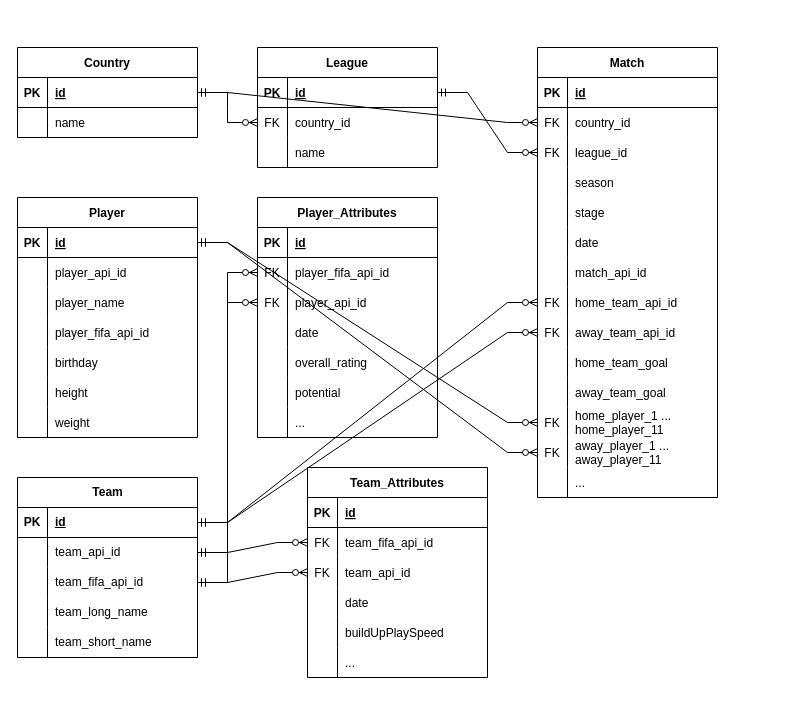
This is European Soccer.drawio from armeirlaen/LEPl1506, a draw.io file, before an edit. Source tidied: cells renumbered, new cells numbered last; positions are measured from the earlier drawing's top-left corner, leaving out a move shared by most shapes. Both pictures are drawn from the tidied source at 100%, with x=0, y=0 at pixel (17, 47).
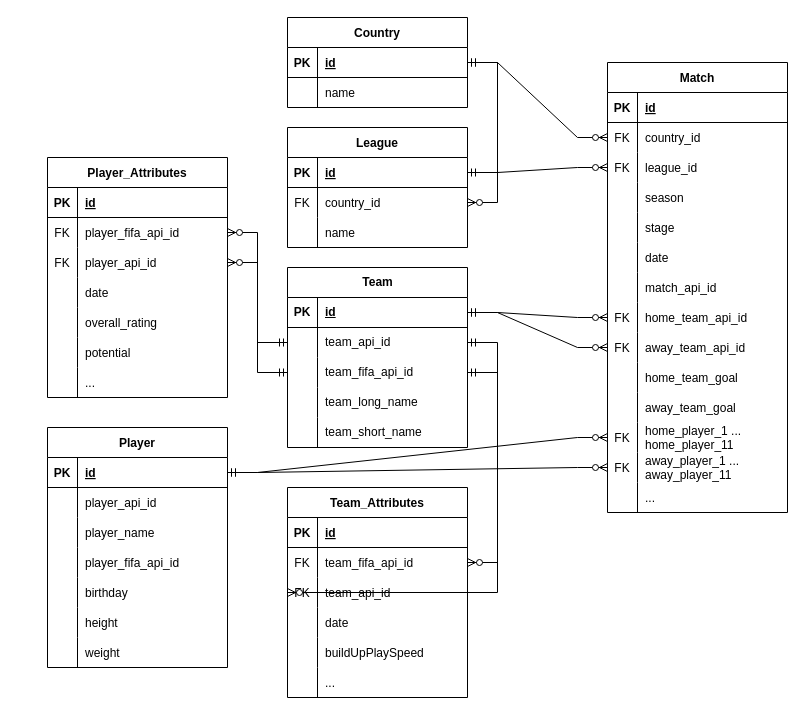
Above is the later version.

The change refers to these unchanged cells:
```xml
<mxCell id="66" style="shape=tableRow;horizontal=0;startSize=0;swimlaneHead=0;swimlaneBody=0;fillColor=none;points=[[0,0.5],[1,0.5]];portConstraint=eastwest;top=0;left=0;right=0;bottom=0;" parent="62" vertex="1">
  <mxGeometry y="60" width="180" height="30" as="geometry" />
</mxCell>
<mxCell id="82" style="shape=partialRectangle;fillColor=none;points=[[0,0.5],[1,0.5]];portConstraint=eastwest;top=0;left=0;right=0;bottom=0;" parent="78" vertex="1">
  <mxGeometry y="60" width="180" height="30" as="geometry" />
</mxCell>
```

Diff of the diagram source:
```diff
@@
     <mxCell id="2" value="League" style="shape=table;startSize=30;childLayout=tableLayout;rowLines=0;fontStyle=1;align=center;" parent="1" vertex="1">
-      <mxGeometry x="240" width="180" height="120" as="geometry" />
+      <mxGeometry x="270" y="80" width="180" height="120" as="geometry" />
     </mxCell>
@@
     <mxCell id="12" value="Match" style="shape=table;startSize=30;childLayout=tableLayout;rowLines=0;fontStyle=1;align=center;" parent="1" vertex="1">
-      <mxGeometry x="520" width="180" height="450" as="geometry" />
+      <mxGeometry x="590" y="15" width="180" height="450" as="geometry" />
     </mxCell>
@@
     <mxCell id="55" value="Country" style="shape=table;startSize=30;childLayout=tableLayout;rowLines=0;fontStyle=1;align=center;" parent="1" vertex="1">
-      <mxGeometry width="180" height="90" as="geometry" />
+      <mxGeometry x="270" y="-30" width="180" height="90" as="geometry" />
     </mxCell>
@@
     <mxCell id="62" value="&lt;div style=&quot;text-align: left;&quot;&gt;Team&lt;/div&gt;" style="shape=table;startSize=30;childLayout=tableLayout;rowLines=0;fontStyle=1;align=center;html=1;" parent="1" vertex="1">
-      <mxGeometry y="430" width="180" height="180" as="geometry" />
+      <mxGeometry x="270" y="220" width="180" height="180" as="geometry" />
     </mxCell>
@@
     <mxCell id="78" value="Player_Attributes" style="shape=table;startSize=30;childLayout=tableLayout;rowLines=0;fontStyle=1;align=center;" parent="1" vertex="1">
-      <mxGeometry x="240" y="150" width="180" height="240" as="geometry" />
+      <mxGeometry x="30" y="110" width="180" height="240" as="geometry" />
     </mxCell>
@@
     <mxCell id="100" value="Player" style="shape=table;startSize=30;childLayout=tableLayout;rowLines=0;fontStyle=1;align=center;" parent="1" vertex="1">
-      <mxGeometry y="150" width="180" height="240" as="geometry" />
+      <mxGeometry x="30" y="380" width="180" height="240" as="geometry" />
     </mxCell>
@@
     <mxCell id="122" value="Team_Attributes" style="shape=table;startSize=30;childLayout=tableLayout;rowLines=0;fontStyle=1;align=center;" parent="1" vertex="1">
-      <mxGeometry x="290" y="420" width="180" height="210" as="geometry" />
+      <mxGeometry x="270" y="440" width="180" height="210" as="geometry" />
     </mxCell>
@@
-    <mxCell id="150" style="edgeStyle=entityRelationEdgeStyle;fontSize=12;html=1;endArrow=ERzeroToMany;startArrow=ERmandOne;rounded=0;entryX=0;entryY=0.5;entryDx=0;entryDy=0;" parent="1" edge="1" source="66" target="82">
+    <mxCell id="150" style="edgeStyle=entityRelationEdgeStyle;fontSize=12;html=1;endArrow=ERzeroToMany;startArrow=ERmandOne;rounded=0;" parent="1" edge="1" source="66" target="82">
       <mxGeometry relative="1" as="geometry" />
     </mxCell>
```
